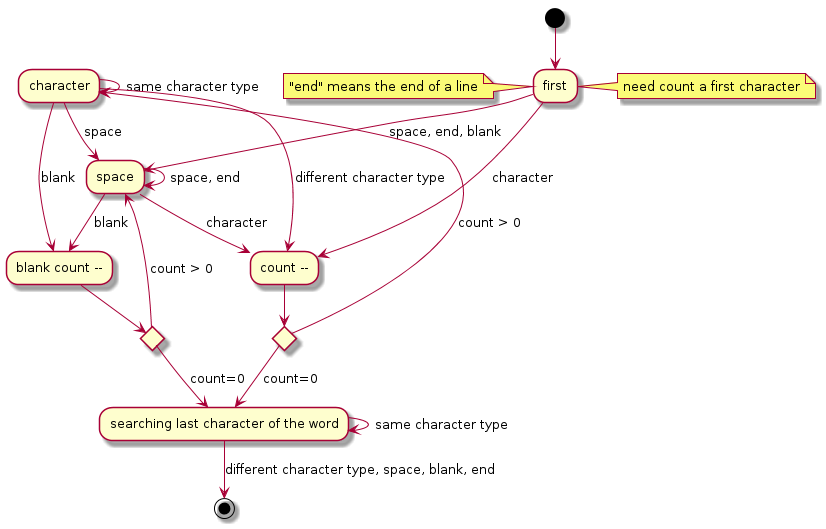
The PlantUML diagram src/motion/wordMorionStateModel/cutWord.png in 74th/vscode-vim, before a commit. Its diagram source:
```plantuml
@startuml
(*) --> first

note left
"end" means the end of a line
end note

note right: need count a first character

first --> [character] "count --"
first --> [space, end, blank] space
character --> [same character type] character
character --> [space] space
character -down-> [different character type] "count --"

if "" then
--> [count=0] "searching last character of the word"
else
-up-> [count > 0]character
end if

character --> [blank] "blank count --"
if "" then
--> [count=0] "searching last character of the word"
else
-up-> [count > 0] space
end if

space -down-> [character] "count --"
space -> [space, end] space
space --> [blank] "blank count --"

"searching last character of the word" --> [same character type] "searching last character of the word"
"searching last character of the word" --> [different character type, space, blank, end] (*)


@enduml
```
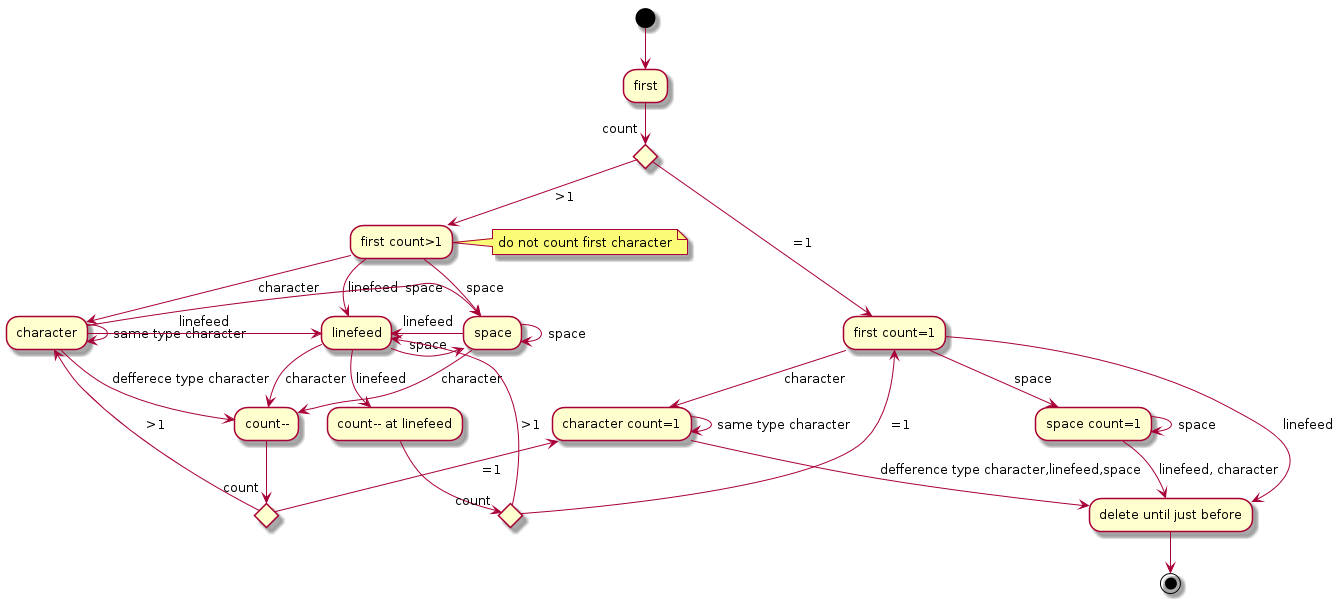
Later version of the same file.

Commit message:
update word motion state

Diff of the diagram source:
```diff
@@ -1,37 +1,44 @@
 @startuml
+
 (*) --> first
-
-note left
-"end" means the end of a line
-end note
-
-note right: need count a first character
-
-first --> [character] "count --"
-first --> [space, end, blank] space
-character --> [same character type] character
-character --> [space] space
-character -down-> [different character type] "count --"
-
-if "" then
---> [count=0] "searching last character of the word"
+if "count" then
+--> [ =1] "first count=1"
 else
--up-> [count > 0]character
+--> [>1] "first count>1"
+note right :do not count first character
 end if
 
-character --> [blank] "blank count --"
-if "" then
---> [count=0] "searching last character of the word"
+"first count=1" --> [character] "character count=1"
+"first count=1" --> [space] "space count=1"
+"first count=1" --> [linefeed] "delete until just before"
+"character count=1" --> [defference type character,linefeed,space] "delete until just before"
+"character count=1" -> [same type character] "character count=1"
+"space count=1" -> [space] "space count=1"
+"space count=1" --> [linefeed, character] "delete until just before"
+"delete until just before" --> (*)
+
+"first count>1" --> [character] "character"
+"first count>1" --> [space] "space"
+"first count>1" --> [linefeed] "linefeed"
+"character" --> [defferece type character] "count--"
+if "count" then
+-up-> [ =1] "character count=1"
 else
--up-> [count > 0] space
+-up-> [>1] "character"
 end if
-
-space -down-> [character] "count --"
-space -> [space, end] space
-space --> [blank] "blank count --"
-
-"searching last character of the word" --> [same character type] "searching last character of the word"
-"searching last character of the word" --> [different character type, space, blank, end] (*)
-
+"character" -> [same type character] "character"
+"character" -> [space] "space"
+"character" -> [linefeed] "linefeed"
+"space" --> [character] "count--"
+"space" -> [space] "space"
+"space" -> [linefeed] linefeed
+"linefeed" -down-> [linefeed] "count-- at linefeed"
+if "count" then
+-up-> [ =1] "first count=1"
+else
+-up-> [>1] "linefeed"
+end if
+"linefeed" --> [character] "count--"
+"linefeed" -> [space] "space"
 
 @enduml
```
